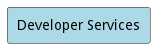
Earlier version of the PlantUML export docs/edgemere/aml/ds/usecases.png (madajaju/edgemere).
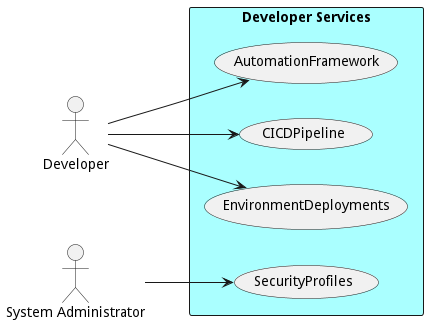
The same file after the commit.

Diff of the diagram source:
```diff
@@ -1,10 +1,22 @@
 @startuml
 
 left to right direction
+Actor "Developer" as Developer
+Actor "Developer" as Developer
+Actor "Developer" as Developer
+Actor "System Administrator" as SystemAdministrator
 
 
-rectangle "Developer Services" #lightblue {
-}
+rectangle "Developer Services" #aaffff {
+usecase "AutomationFramework" as AutomationFramework
+    Developer --> AutomationFramework
+    usecase "CICDPipeline" as CICDPipeline
+    Developer --> CICDPipeline
+    usecase "EnvironmentDeployments" as EnvironmentDeployments
+    Developer --> EnvironmentDeployments
+    usecase "SecurityProfiles" as SecurityProfiles
+    SystemAdministrator --> SecurityProfiles
+    }
 
 
 @enduml
```
